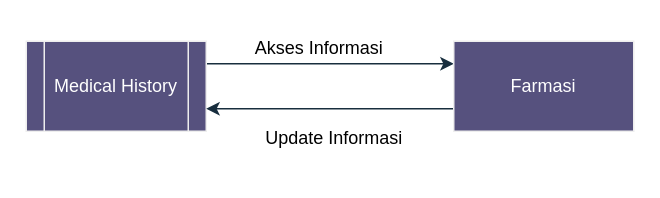
This is page "dfd-lvl1-proses-3" (5 of 6) of klinik-dfd-lvl0.drawio from rrahmatn/dfd_erd_uml, a draw.io file, before an edit. Source tidied: cells renumbered, new cells numbered last; positions are measured from the earlier drawing's top-left corner, leaving out a move shared by most shapes. Both pictures are drawn from the tidied source at 150%, with x=0, y=0 at pixel (26, 26).
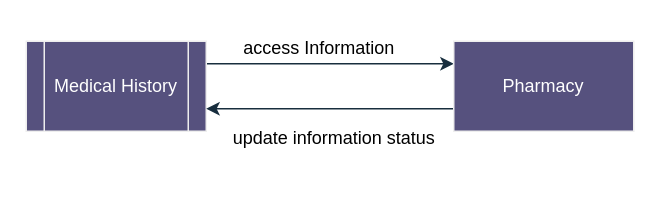
Above is the later version.

Diff of the diagram source:
```diff
@@
 <mxGraphModel>
   <root>
     <mxCell id="0" />
     <mxCell id="1" parent="0" />
     <mxCell id="2" style="edgeStyle=orthogonalEdgeStyle;rounded=0;jettySize=auto;html=1;exitX=1;exitY=0.25;exitDx=0;exitDy=0;entryX=0;entryY=0.25;entryDx=0;entryDy=0;strokeColor=#182E3E;" parent="1" edge="1" source="3" target="5">
       <mxGeometry relative="1" as="geometry" />
     </mxCell>
     <mxCell id="3" value="Medical History" style="shape=process;whiteSpace=wrap;html=1;backgroundOutline=1;strokeColor=#EEEEEE;fontColor=#FFFFFF;fillColor=#56517E;" parent="1" vertex="1">
       <mxGeometry y="10" width="120" height="60" as="geometry" />
     </mxCell>
     <mxCell id="4" style="edgeStyle=orthogonalEdgeStyle;rounded=0;jettySize=auto;html=1;exitX=0;exitY=0.75;exitDx=0;exitDy=0;entryX=1;entryY=0.75;entryDx=0;entryDy=0;strokeColor=#182E3E;" parent="1" edge="1" source="5" target="3">
       <mxGeometry relative="1" as="geometry" />
     </mxCell>
-    <mxCell id="5" value="Farmasi" style="rounded=0;whiteSpace=wrap;html=1;strokeColor=#EEEEEE;fontColor=#FFFFFF;fillColor=#56517E;" parent="1" vertex="1">
+    <mxCell id="5" value="Pharmacy" style="rounded=0;whiteSpace=wrap;html=1;strokeColor=#EEEEEE;fontColor=#FFFFFF;fillColor=#56517E;" parent="1" vertex="1">
       <mxGeometry x="285" y="10" width="120" height="60" as="geometry" />
     </mxCell>
-    <mxCell id="6" value="&lt;font color=&quot;#000000&quot;&gt;Akses Informasi&lt;/font&gt;" style="text;html=1;align=center;verticalAlign=middle;strokeColor=none;fillColor=none;fontColor=#FFFFFF;" parent="1" vertex="1">
-      <mxGeometry x="140" width="110" height="30" as="geometry" />
+    <mxCell id="6" value="&lt;font color=&quot;#000000&quot;&gt;access Information&lt;/font&gt;" style="text;html=1;align=center;verticalAlign=middle;strokeColor=none;fillColor=none;fontColor=#FFFFFF;" parent="1" vertex="1">
+      <mxGeometry x="135" width="120" height="30" as="geometry" />
     </mxCell>
     <mxCell id="7" value="Text" style="text;html=1;align=center;verticalAlign=middle;strokeColor=none;fillColor=none;fontColor=#FFFFFF;" parent="1" vertex="1">
       <mxGeometry x="165" y="68" width="50" height="30" as="geometry" />
     </mxCell>
-    <mxCell id="8" value="&lt;font color=&quot;#000000&quot;&gt;Update Informasi&lt;/font&gt;" style="text;html=1;align=center;verticalAlign=middle;strokeColor=none;fillColor=none;fontColor=#FFFFFF;" parent="1" vertex="1">
-      <mxGeometry x="150" y="60" width="110" height="30" as="geometry" />
-    </mxCell>
+    <mxCell id="9" value="&lt;font color=&quot;#000000&quot;&gt;update information status&lt;/font&gt;" style="text;html=1;align=center;verticalAlign=middle;strokeColor=none;fillColor=none;fontColor=#FFFFFF;" parent="1" vertex="1">
+      <mxGeometry x="125" y="60" width="160" height="30" as="geometry" />
+    </mxCell>
   </root>
 </mxGraphModel>
```
